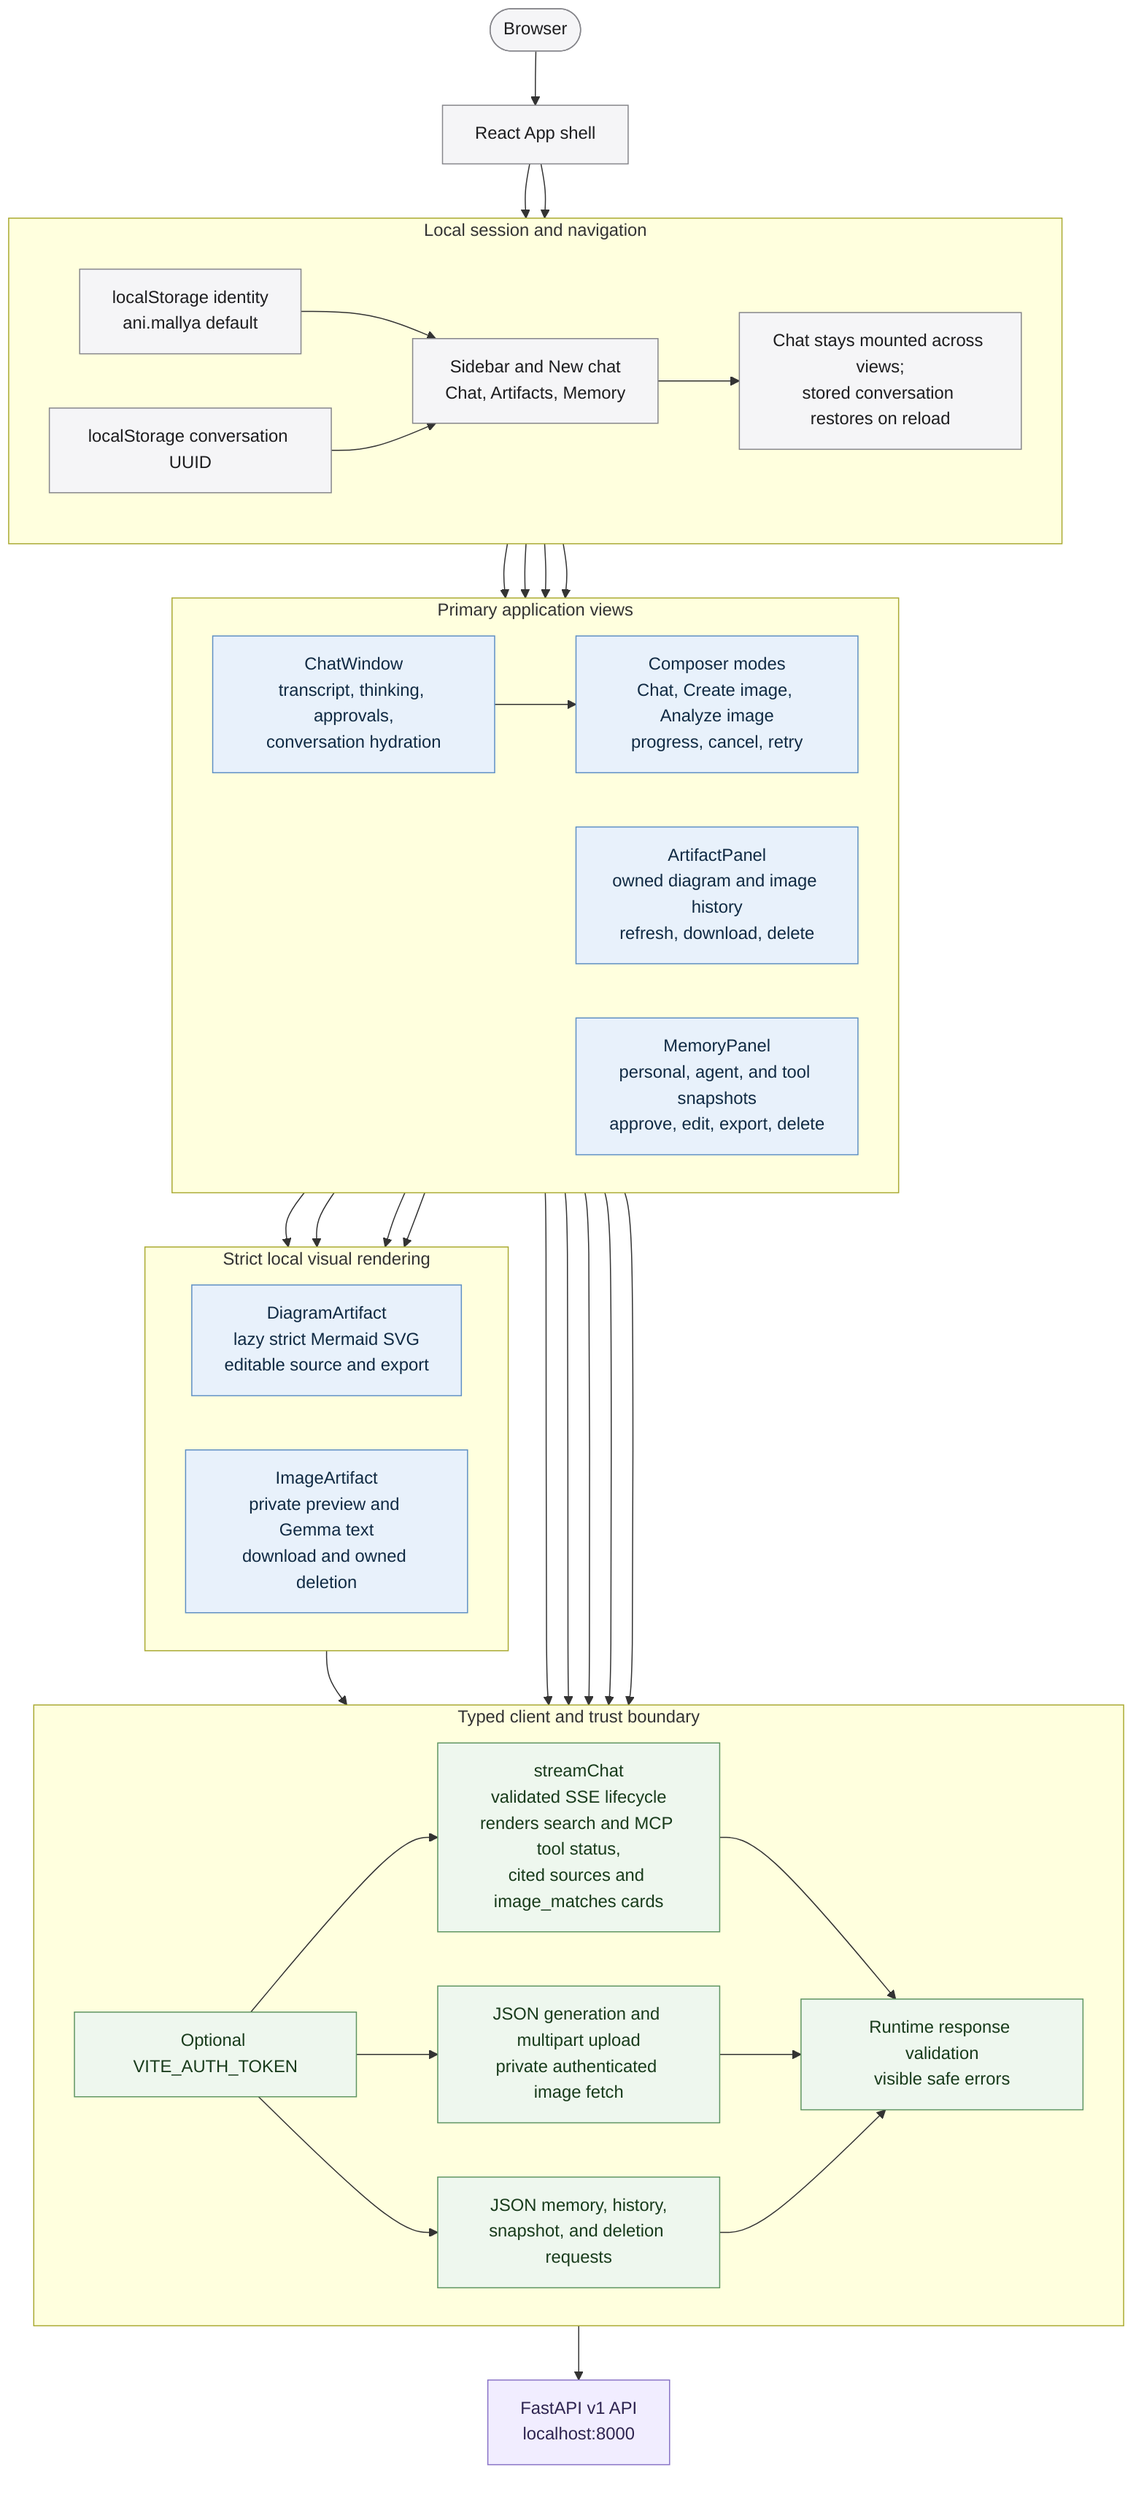
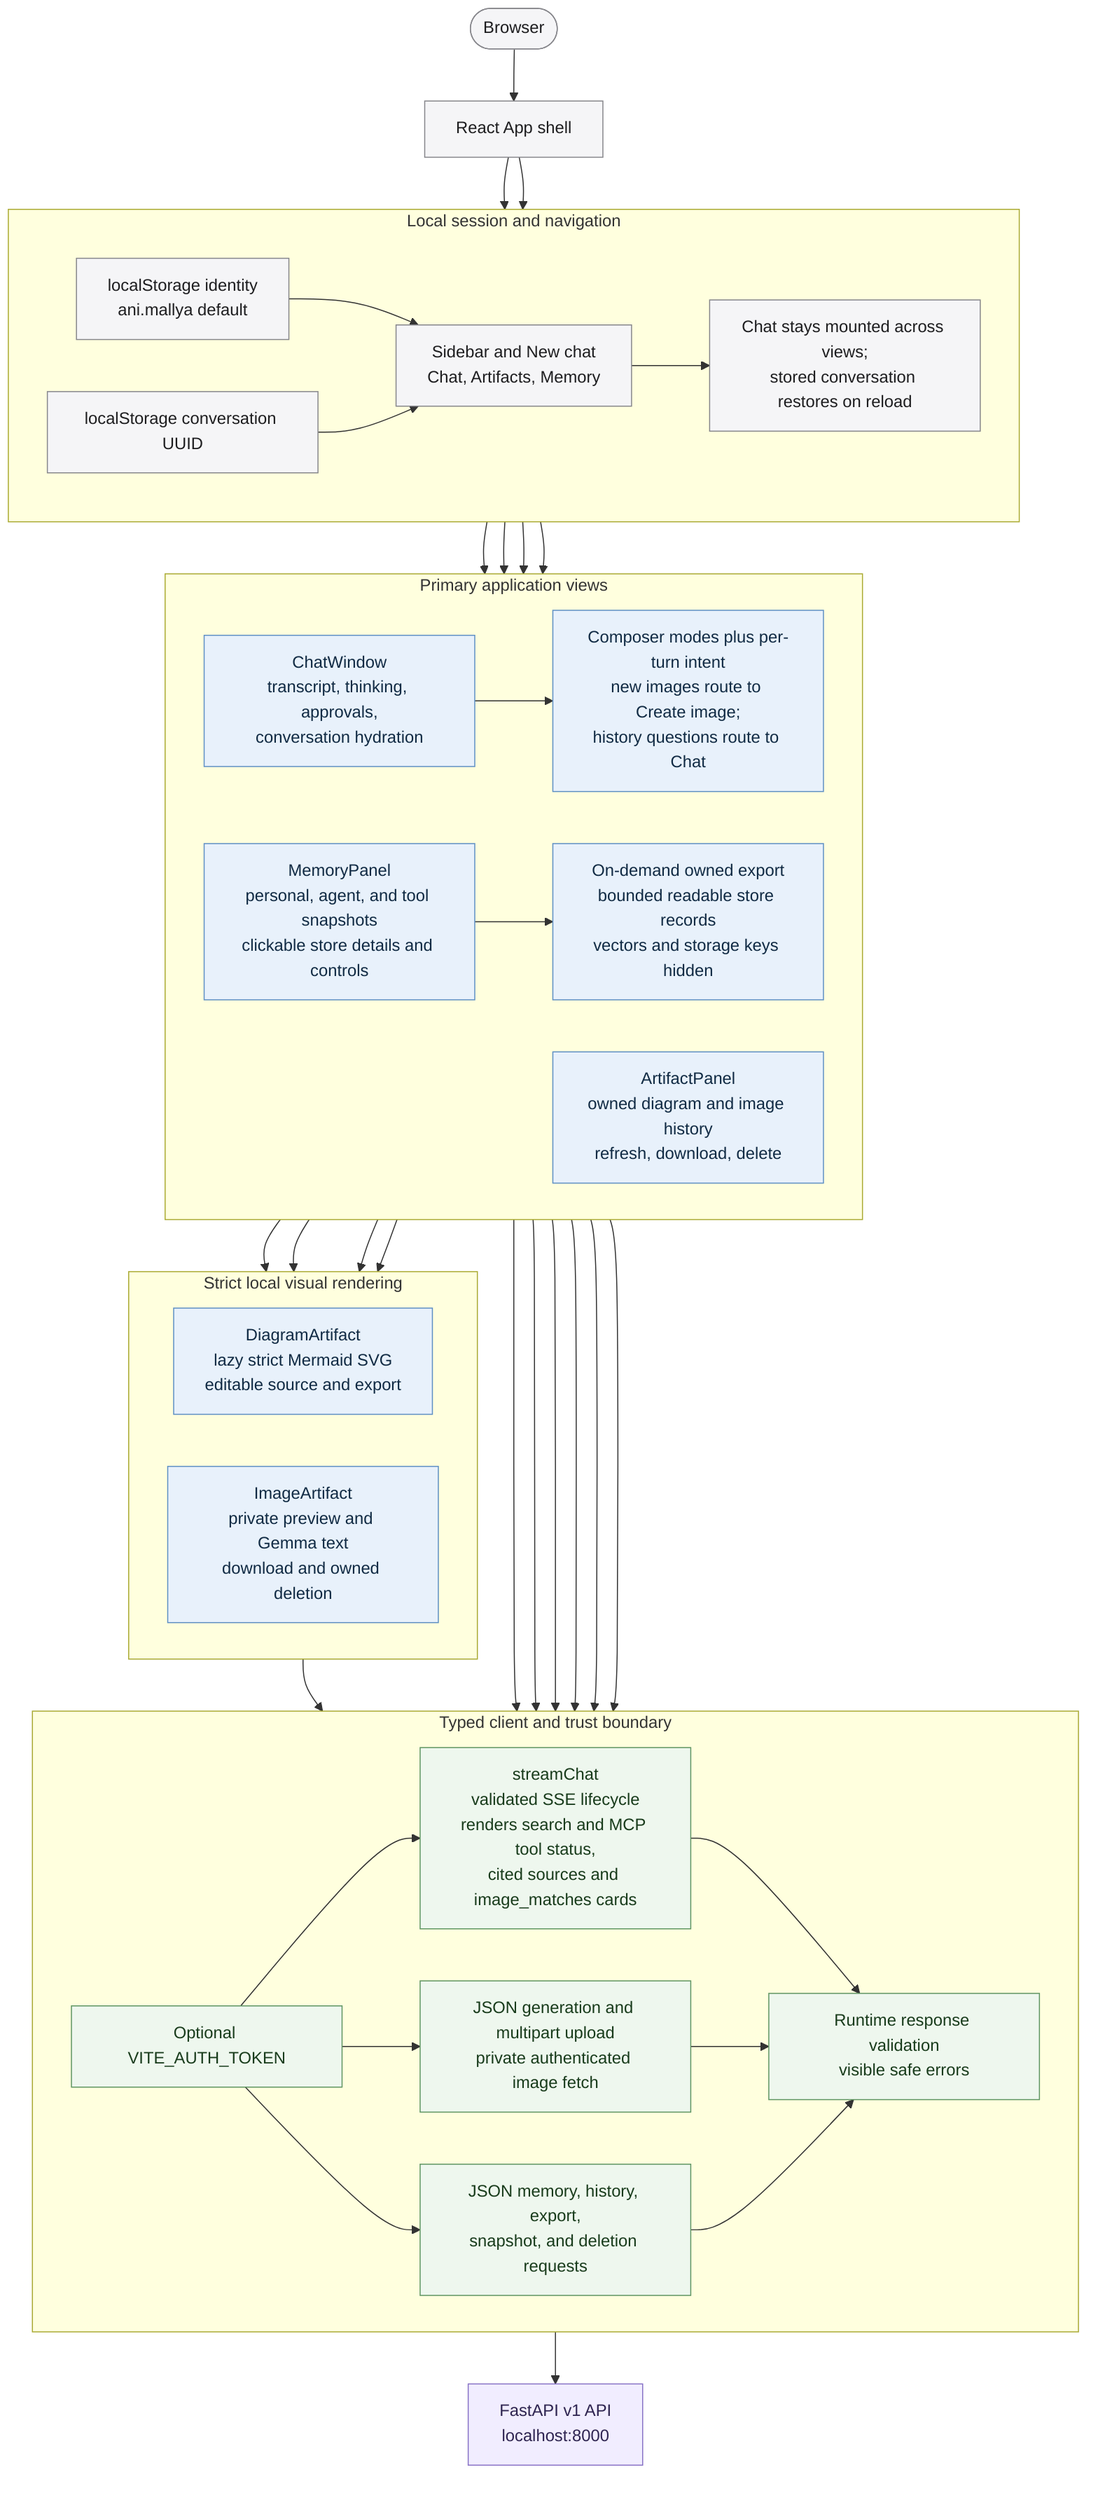
flowchart TB
    Browser([Browser]) --> App[React App shell]

    subgraph Session[Local session and navigation]
        direction LR
        Identity[localStorage identity<br/>ani.mallya default]
        ConversationID[localStorage conversation UUID]
        Navigation[Sidebar and New chat<br/>Chat, Artifacts, Memory]
        Persistence[Chat stays mounted across views;<br/>stored conversation restores on reload]

        Identity --> Navigation
        ConversationID --> Navigation --> Persistence
    end

    App --> Identity
    App --> ConversationID

    subgraph Views[Primary application views]
        direction LR
        ChatView[ChatWindow<br/>transcript, thinking, approvals,<br/>conversation hydration]
-         Composer[Composer modes<br/>Chat, Create image, Analyze image<br/>progress, cancel, retry]
+         Composer[Composer modes plus per-turn intent<br/>new images route to Create image;<br/>history questions route to Chat]
        ArtifactView[ArtifactPanel<br/>owned diagram and image history<br/>refresh, download, delete]
-         MemoryView[MemoryPanel<br/>personal, agent, and tool snapshots<br/>approve, edit, export, delete]
+         MemoryView[MemoryPanel<br/>personal, agent, and tool snapshots<br/>clickable store details and controls]
+         MemoryDetails[On-demand owned export<br/>bounded readable store records<br/>vectors and storage keys hidden]

        ChatView --> Composer
+         MemoryView --> MemoryDetails
    end

    Navigation --> ChatView
    Navigation --> ArtifactView
    Navigation --> MemoryView
    Persistence --> ChatView

    subgraph Visuals[Strict local visual rendering]
        direction LR
        DiagramCard[DiagramArtifact<br/>lazy strict Mermaid SVG<br/>editable source and export]
        ImageCard[ImageArtifact<br/>private preview and Gemma text<br/>download and owned deletion]
    end

    ChatView --> DiagramCard
    ChatView --> ImageCard
    ArtifactView --> DiagramCard
    ArtifactView --> ImageCard

    subgraph Client[Typed client and trust boundary]
        direction LR
        ChatClient[streamChat<br/>validated SSE lifecycle<br/>renders search and MCP tool status,<br/>cited sources and image_matches cards]
        VisualClient[JSON generation and multipart upload<br/>private authenticated image fetch]
-         DataClient[JSON memory, history,<br/>snapshot, and deletion requests]
+         DataClient[JSON memory, history, export,<br/>snapshot, and deletion requests]
        Validation[Runtime response validation<br/>visible safe errors]
        Auth[Optional VITE_AUTH_TOKEN]

        ChatClient --> Validation
        VisualClient --> Validation
        DataClient --> Validation
        Auth --> ChatClient
        Auth --> VisualClient
        Auth --> DataClient
    end

    Composer --> ChatClient
    Composer --> VisualClient
    ImageCard --> VisualClient
    ChatView --> DataClient
    ArtifactView --> DataClient
    MemoryView --> DataClient
+     MemoryDetails --> DataClient

    Backend[FastAPI v1 API<br/>localhost:8000]
    Validation --> Backend

    classDef shell fill:#f5f5f7,stroke:#86868b,color:#1d1d1f;
    classDef component fill:#e8f1fb,stroke:#5e8fc4,color:#102a43;
    classDef boundary fill:#eef7ee,stroke:#5f9562,color:#183b1b;
    classDef external fill:#f1edff,stroke:#8872c6,color:#2e2450;
    class Browser,App,Identity,ConversationID,Navigation,Persistence shell;
-     class ChatView,Composer,ArtifactView,MemoryView,DiagramCard,ImageCard component;
+     class ChatView,Composer,ArtifactView,MemoryView,MemoryDetails,DiagramCard,ImageCard component;
    class ChatClient,VisualClient,DataClient,Validation,Auth boundary;
    class Backend external;
